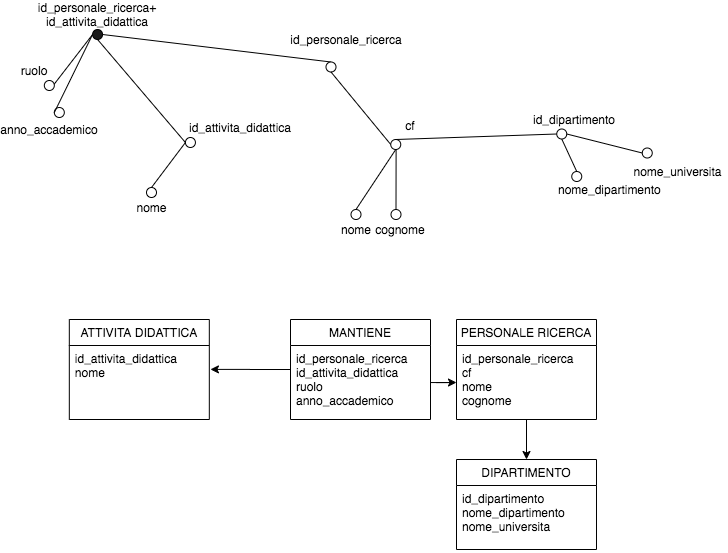
Earlier version of the draw.io export res/attribute's_tree/mantiene/Mantiene_fatto_star.png (dariocurr/bdm_project). Source tidied: cells renumbered, new cells last; positions are measured from the earlier drawing's top-left corner, leaving out a move shared by most shapes.
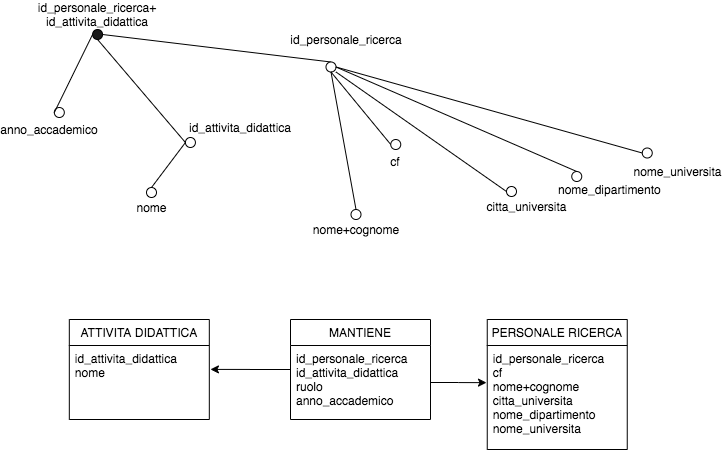
After the change.

Commit message:
modificato mantiene_fatto_star

Diff of the diagram source:
```diff
@@ -5,15 +5,6 @@
     <mxCell id="2" value="id_personale_ricerca+&lt;br&gt;id_attivita_didattica" style="text;html=1;strokeColor=none;fillColor=none;align=center;verticalAlign=middle;whiteSpace=wrap;rounded=0;" parent="1" vertex="1">
       <mxGeometry x="23.1" width="120" height="20" as="geometry" />
     </mxCell>
-    <mxCell id="3" style="edgeStyle=none;rounded=0;jettySize=auto;html=1;exitX=0.5;exitY=1;exitDx=0;exitDy=0;entryX=0;entryY=0.5;entryDx=0;entryDy=0;endArrow=none;endFill=0;" parent="1" edge="1" source="4" target="36">
-      <mxGeometry relative="1" as="geometry" />
-    </mxCell>
-    <mxCell id="4" style="shape=ellipse;html=1;flipV=1;" parent="1" vertex="1">
-      <mxGeometry x="29.8" y="76" width="10" height="10" as="geometry" />
-    </mxCell>
-    <mxCell id="5" value="ruolo" style="text;html=1;strokeColor=none;fillColor=none;align=center;verticalAlign=middle;whiteSpace=wrap;rounded=0;" parent="1" vertex="1">
-      <mxGeometry x="-0.2" y="56" width="40" height="20" as="geometry" />
-    </mxCell>
     <mxCell id="6" style="shape=ellipse;html=1;flipV=1;" parent="1" vertex="1">
       <mxGeometry x="39.8" y="103" width="10" height="10" as="geometry" />
     </mxCell>
@@ -56,54 +47,34 @@
     <mxCell id="19" style="shape=ellipse;html=1;flipV=1;" parent="1" vertex="1">
       <mxGeometry x="376.2" y="135" width="10" height="10" as="geometry" />
     </mxCell>
-    <mxCell id="20" style="edgeStyle=none;rounded=0;jettySize=auto;html=1;exitX=0.5;exitY=0;exitDx=0;exitDy=0;endArrow=none;endFill=0;" parent="1" edge="1" source="21">
-      <mxGeometry relative="1" as="geometry">
-        <mxPoint x="381.6" y="145" as="targetPoint" />
-      </mxGeometry>
-    </mxCell>
-    <mxCell id="21" style="shape=ellipse;html=1;flipV=1;" parent="1" vertex="1">
-      <mxGeometry x="376.5" y="205" width="10" height="10" as="geometry" />
-    </mxCell>
-    <mxCell id="22" style="edgeStyle=none;rounded=0;jettySize=auto;html=1;exitX=0.5;exitY=0;exitDx=0;exitDy=0;entryX=0.5;entryY=1;entryDx=0;entryDy=0;endArrow=none;endFill=0;" parent="1" edge="1" source="23" target="19">
+    <mxCell id="22" style="edgeStyle=none;rounded=0;jettySize=auto;html=1;exitX=0.5;exitY=0;exitDx=0;exitDy=0;entryX=0.5;entryY=1;entryDx=0;entryDy=0;endArrow=none;endFill=0;" parent="1" edge="1" source="23" target="16">
       <mxGeometry relative="1" as="geometry" />
     </mxCell>
     <mxCell id="23" style="shape=ellipse;html=1;flipV=1;" parent="1" vertex="1">
       <mxGeometry x="336.5" y="205" width="10" height="10" as="geometry" />
     </mxCell>
     <mxCell id="24" value="cf" style="text;html=1;align=center;verticalAlign=middle;whiteSpace=wrap;rounded=0;" parent="1" vertex="1">
-      <mxGeometry x="376.2" y="111" width="40" height="20" as="geometry" />
+      <mxGeometry x="361.2" y="147" width="40" height="20" as="geometry" />
     </mxCell>
-    <mxCell id="25" value="nome" style="text;html=1;align=center;verticalAlign=middle;whiteSpace=wrap;rounded=0;" parent="1" vertex="1">
+    <mxCell id="25" value="nome+cognome" style="text;html=1;align=center;verticalAlign=middle;whiteSpace=wrap;rounded=0;" parent="1" vertex="1">
       <mxGeometry x="321.5" y="215" width="40" height="20" as="geometry" />
     </mxCell>
-    <mxCell id="26" value="cognome" style="text;html=1;align=center;verticalAlign=middle;whiteSpace=wrap;rounded=0;" parent="1" vertex="1">
-      <mxGeometry x="366.2" y="215" width="40" height="20" as="geometry" />
-    </mxCell>
-    <mxCell id="27" style="edgeStyle=none;rounded=0;jettySize=auto;html=1;exitX=0;exitY=0.5;exitDx=0;exitDy=0;endArrow=none;endFill=0;entryX=0.5;entryY=0;entryDx=0;entryDy=0;" parent="1" edge="1" source="29" target="19">
-      <mxGeometry relative="1" as="geometry" />
-    </mxCell>
-    <mxCell id="28" style="edgeStyle=none;rounded=0;jettySize=auto;html=1;exitX=0.5;exitY=1;exitDx=0;exitDy=0;endArrow=none;endFill=0;entryX=0.5;entryY=0;entryDx=0;entryDy=0;" parent="1" edge="1" source="29" target="31">
+    <mxCell id="28" style="edgeStyle=none;rounded=0;jettySize=auto;html=1;exitX=1;exitY=0.5;exitDx=0;exitDy=0;endArrow=none;endFill=0;entryX=0.5;entryY=0;entryDx=0;entryDy=0;" parent="1" edge="1" source="16" target="31">
       <mxGeometry relative="1" as="geometry" />
     </mxCell>
-    <mxCell id="29" style="shape=ellipse;html=1;flipV=1;" parent="1" vertex="1">
-      <mxGeometry x="542.2" y="124.5" width="10" height="10" as="geometry" />
-    </mxCell>
     <mxCell id="30" value="nome_dipartimento" style="text;html=1;align=left;verticalAlign=middle;whiteSpace=wrap;rounded=0;" parent="1" vertex="1">
       <mxGeometry x="542.2" y="174.5" width="40" height="20" as="geometry" />
     </mxCell>
     <mxCell id="31" style="shape=ellipse;html=1;flipV=1;" parent="1" vertex="1">
       <mxGeometry x="557.2" y="167" width="10" height="10" as="geometry" />
     </mxCell>
-    <mxCell id="32" value="id_dipartimento" style="text;html=1;align=center;verticalAlign=middle;whiteSpace=wrap;rounded=0;" parent="1" vertex="1">
-      <mxGeometry x="539.8" y="104.5" width="40" height="20" as="geometry" />
-    </mxCell>
     <mxCell id="33" style="ellipse;whiteSpace=wrap;html=1;" parent="1" vertex="1">
       <mxGeometry x="627.8" y="143.5" width="10" height="10" as="geometry" />
     </mxCell>
     <mxCell id="34" value="nome_universita" style="text;html=1;align=center;verticalAlign=middle;" parent="1" vertex="1">
       <mxGeometry x="612.8" y="157" width="100" height="20" as="geometry" />
     </mxCell>
-    <mxCell id="35" style="endArrow=none;html=1;entryX=1;entryY=0.5;entryDx=0;entryDy=0;exitX=0;exitY=0.5;exitDx=0;exitDy=0;" parent="1" edge="1" source="33" target="29">
+    <mxCell id="35" style="endArrow=none;html=1;entryX=1;entryY=0.5;entryDx=0;entryDy=0;exitX=0;exitY=0.5;exitDx=0;exitDy=0;" parent="1" edge="1" source="33" target="16">
       <mxGeometry relative="1" as="geometry" />
     </mxCell>
     <mxCell id="36" style="shape=ellipse;html=1;flipV=1;fillColor=#1A1A1A;" parent="1" vertex="1">
@@ -124,23 +95,25 @@
     <mxCell id="41" value="id_attivita_didattica&#10;nome" style="text;strokeColor=none;fillColor=none;align=left;verticalAlign=top;spacingLeft=4;spacingRight=4;overflow=hidden;points=[[0,0.5],[1,0.5]];portConstraint=eastwest;" parent="40" vertex="1">
       <mxGeometry y="26" width="140" height="74" as="geometry" />
     </mxCell>
-    <mxCell id="42" style="edgeStyle=orthogonalEdgeStyle;rounded=0;jettySize=auto;html=1;entryX=0.5;entryY=0;entryDx=0;entryDy=0;" parent="1" edge="1" source="43" target="46">
-      <mxGeometry relative="1" as="geometry" />
-    </mxCell>
+    <mxCell id="48" style="edgeStyle=none;rounded=0;jettySize=auto;html=1;exitX=1;exitY=1;exitDx=0;exitDy=0;endArrow=none;endFill=0;entryX=0;entryY=0.5;entryDx=0;entryDy=0;" parent="1" edge="1" source="16" target="49">
+      <mxGeometry relative="1" as="geometry" />
+    </mxCell>
+    <mxCell id="49" style="shape=ellipse;html=1;flipV=1;" parent="1" vertex="1">
+      <mxGeometry x="492" y="182" width="10" height="10" as="geometry" />
+    </mxCell>
+    <mxCell id="50" value="citta_universita" style="text;html=1;align=center;verticalAlign=middle;" parent="1" vertex="1">
+      <mxGeometry x="462" y="192" width="100" height="20" as="geometry" />
+    </mxCell>
     <mxCell id="43" value="PERSONALE RICERCA" style="swimlane;fontStyle=0;horizontal=1;startSize=26;fillColor=none;" parent="1" vertex="1">
-      <mxGeometry x="442" y="315" width="140" height="100" as="geometry" />
+      <mxGeometry x="472.8" y="315" width="140" height="130" as="geometry" />
     </mxCell>
-    <mxCell id="44" value="id_personale_ricerca&#10;cf&#10;nome&#10;cognome" style="text;strokeColor=none;fillColor=none;align=left;verticalAlign=top;spacingLeft=4;spacingRight=4;overflow=hidden;points=[[0,0.5],[1,0.5]];portConstraint=eastwest;" parent="43" vertex="1">
-      <mxGeometry y="26" width="140" height="74" as="geometry" />
+    <mxCell id="44" value="id_personale_ricerca&#10;cf&#10;nome+cognome&#10;citta_universita&#10;nome_dipartimento&#10;nome_universita" style="text;strokeColor=none;fillColor=none;align=left;verticalAlign=top;spacingLeft=4;spacingRight=4;overflow=hidden;points=[[0,0.5],[1,0.5]];portConstraint=eastwest;" parent="43" vertex="1">
+      <mxGeometry y="26" width="140" height="104" as="geometry" />
     </mxCell>
-    <mxCell id="45" style="edgeStyle=orthogonalEdgeStyle;rounded=0;jettySize=auto;html=1;entryX=0;entryY=0.5;entryDx=0;entryDy=0;" parent="1" edge="1" source="39" target="44">
-      <mxGeometry relative="1" as="geometry" />
-    </mxCell>
-    <mxCell id="46" value="DIPARTIMENTO" style="swimlane;fontStyle=0;horizontal=1;startSize=26;fillColor=none;" parent="1" vertex="1">
-      <mxGeometry x="442" y="455" width="140" height="90" as="geometry" />
-    </mxCell>
-    <mxCell id="47" value="id_dipartimento&#10;nome_dipartimento&#10;nome_universita" style="text;strokeColor=none;fillColor=none;align=left;verticalAlign=top;spacingLeft=4;spacingRight=4;overflow=hidden;" parent="46" vertex="1">
-      <mxGeometry y="26" width="140" height="64" as="geometry" />
-    </mxCell>
+    <mxCell id="51" style="edgeStyle=orthogonalEdgeStyle;rounded=0;jettySize=auto;html=1;exitX=1;exitY=0.5;exitDx=0;exitDy=0;" parent="1" edge="1" source="39">
+      <mxGeometry relative="1" as="geometry">
+        <mxPoint x="472" y="378.1" as="targetPoint" />
+      </mxGeometry>
+    </mxCell>
   </root>
 </mxGraphModel>
```
